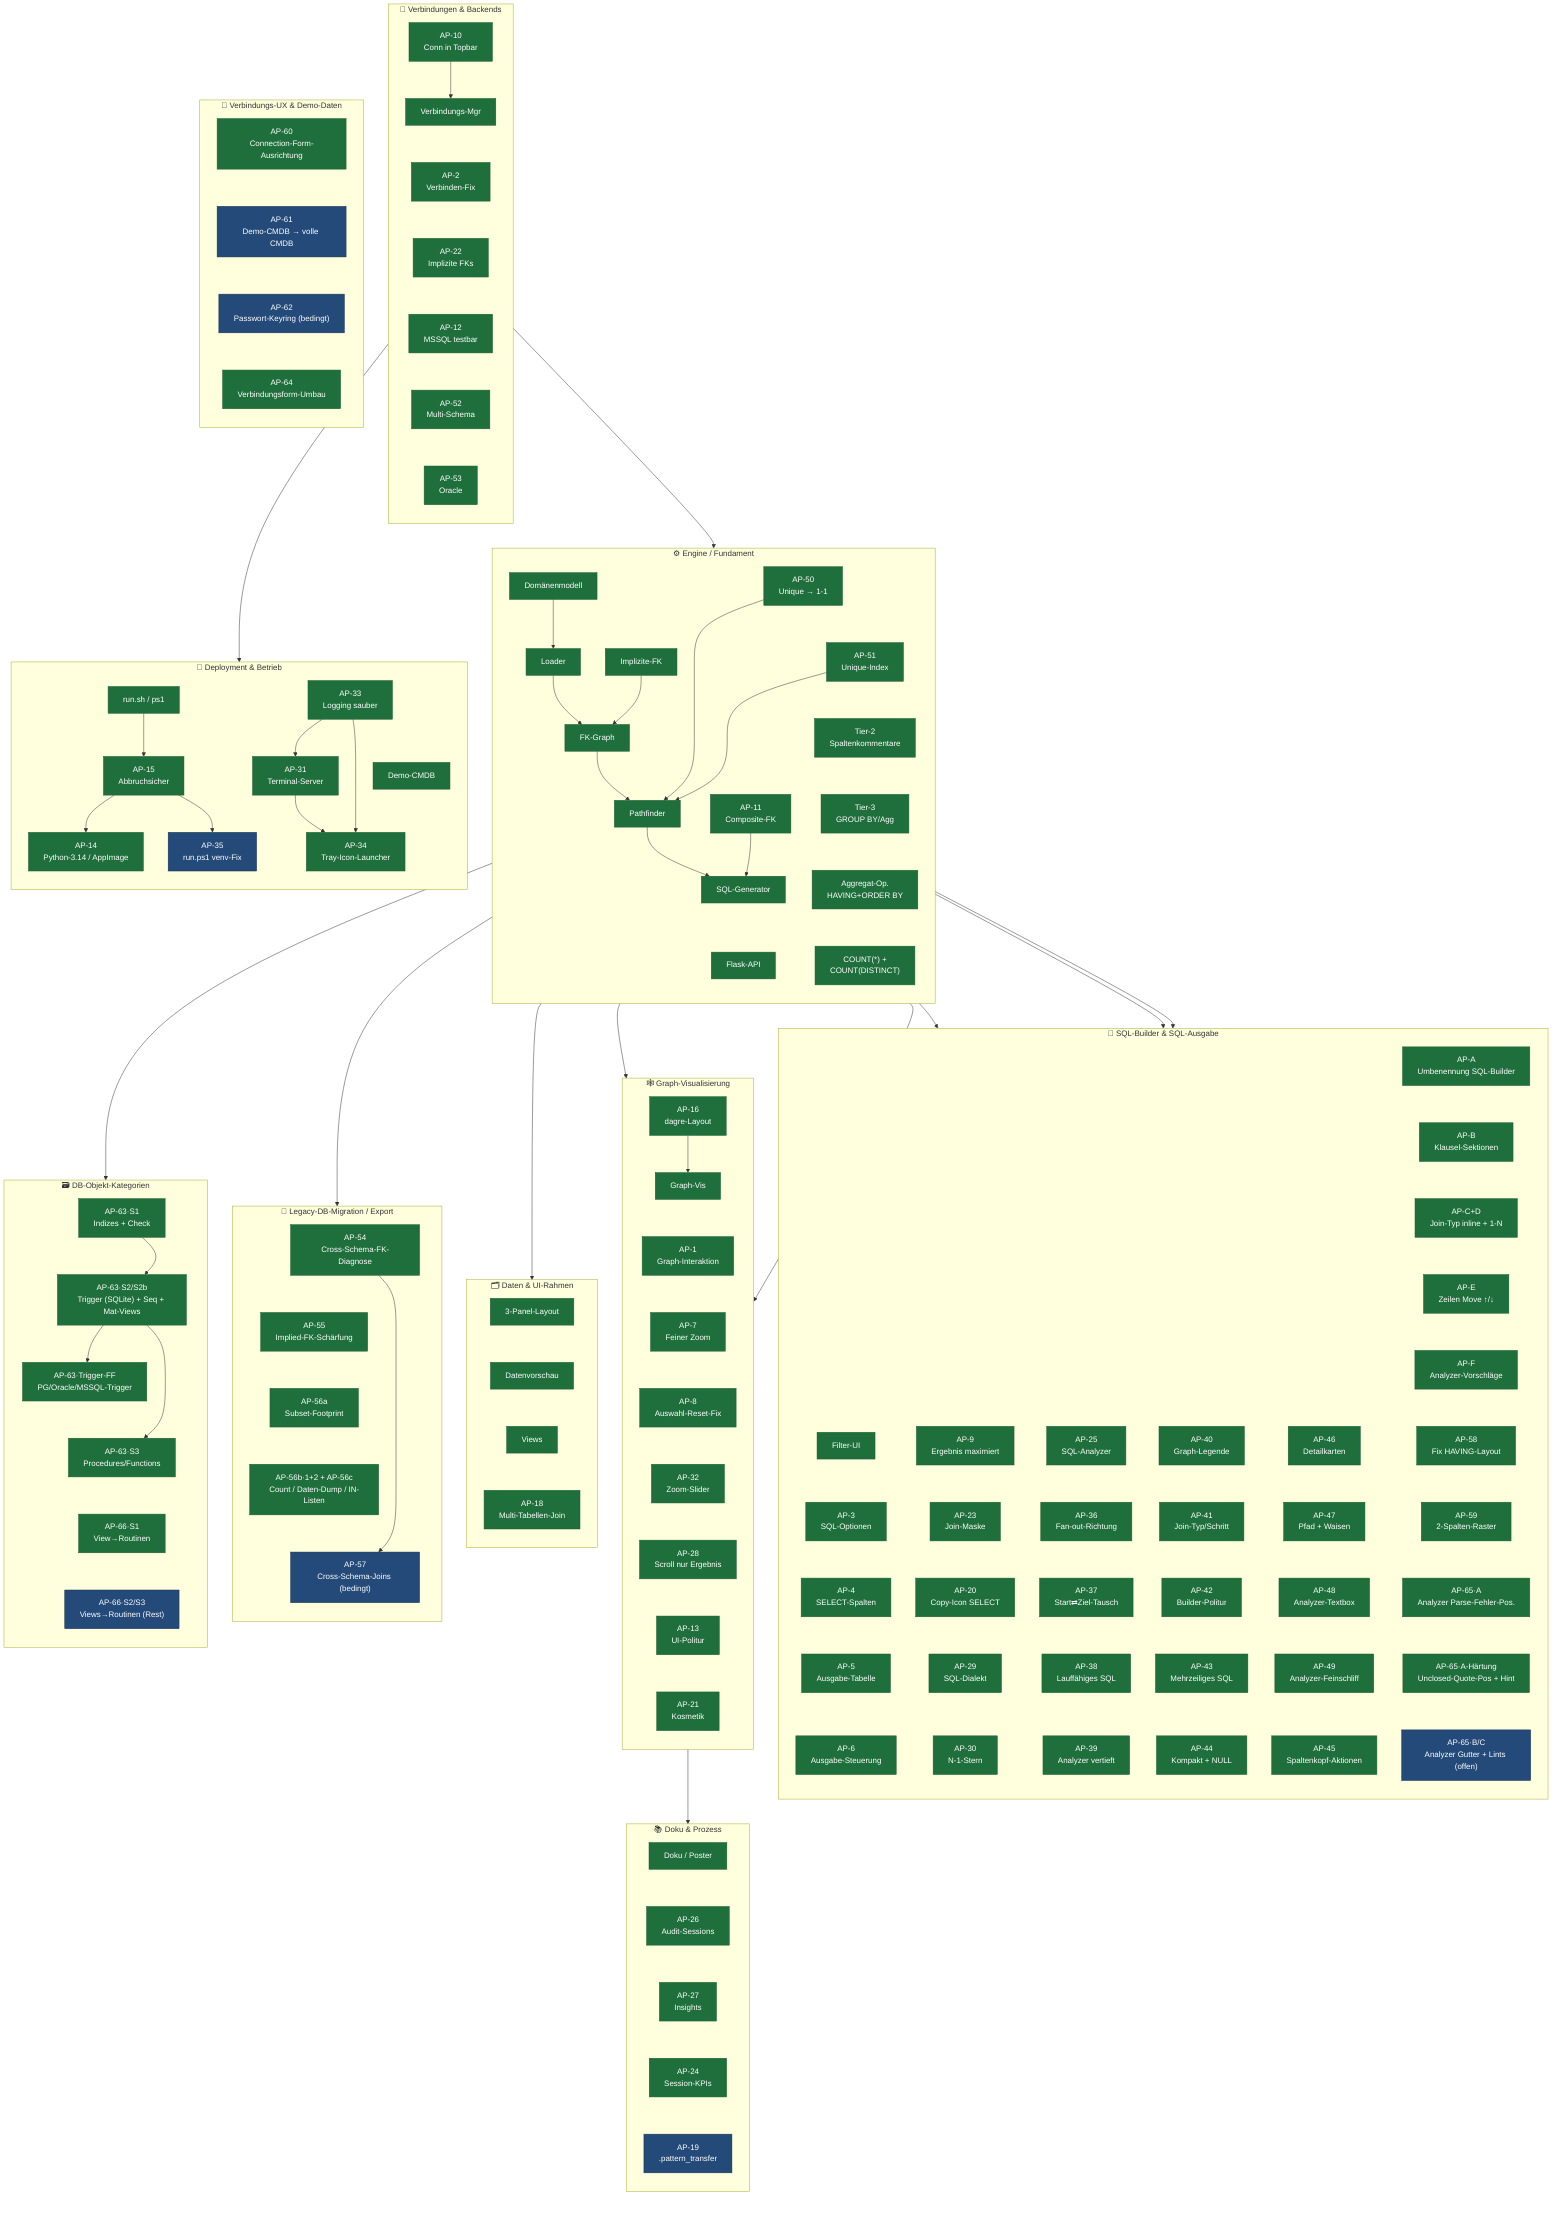
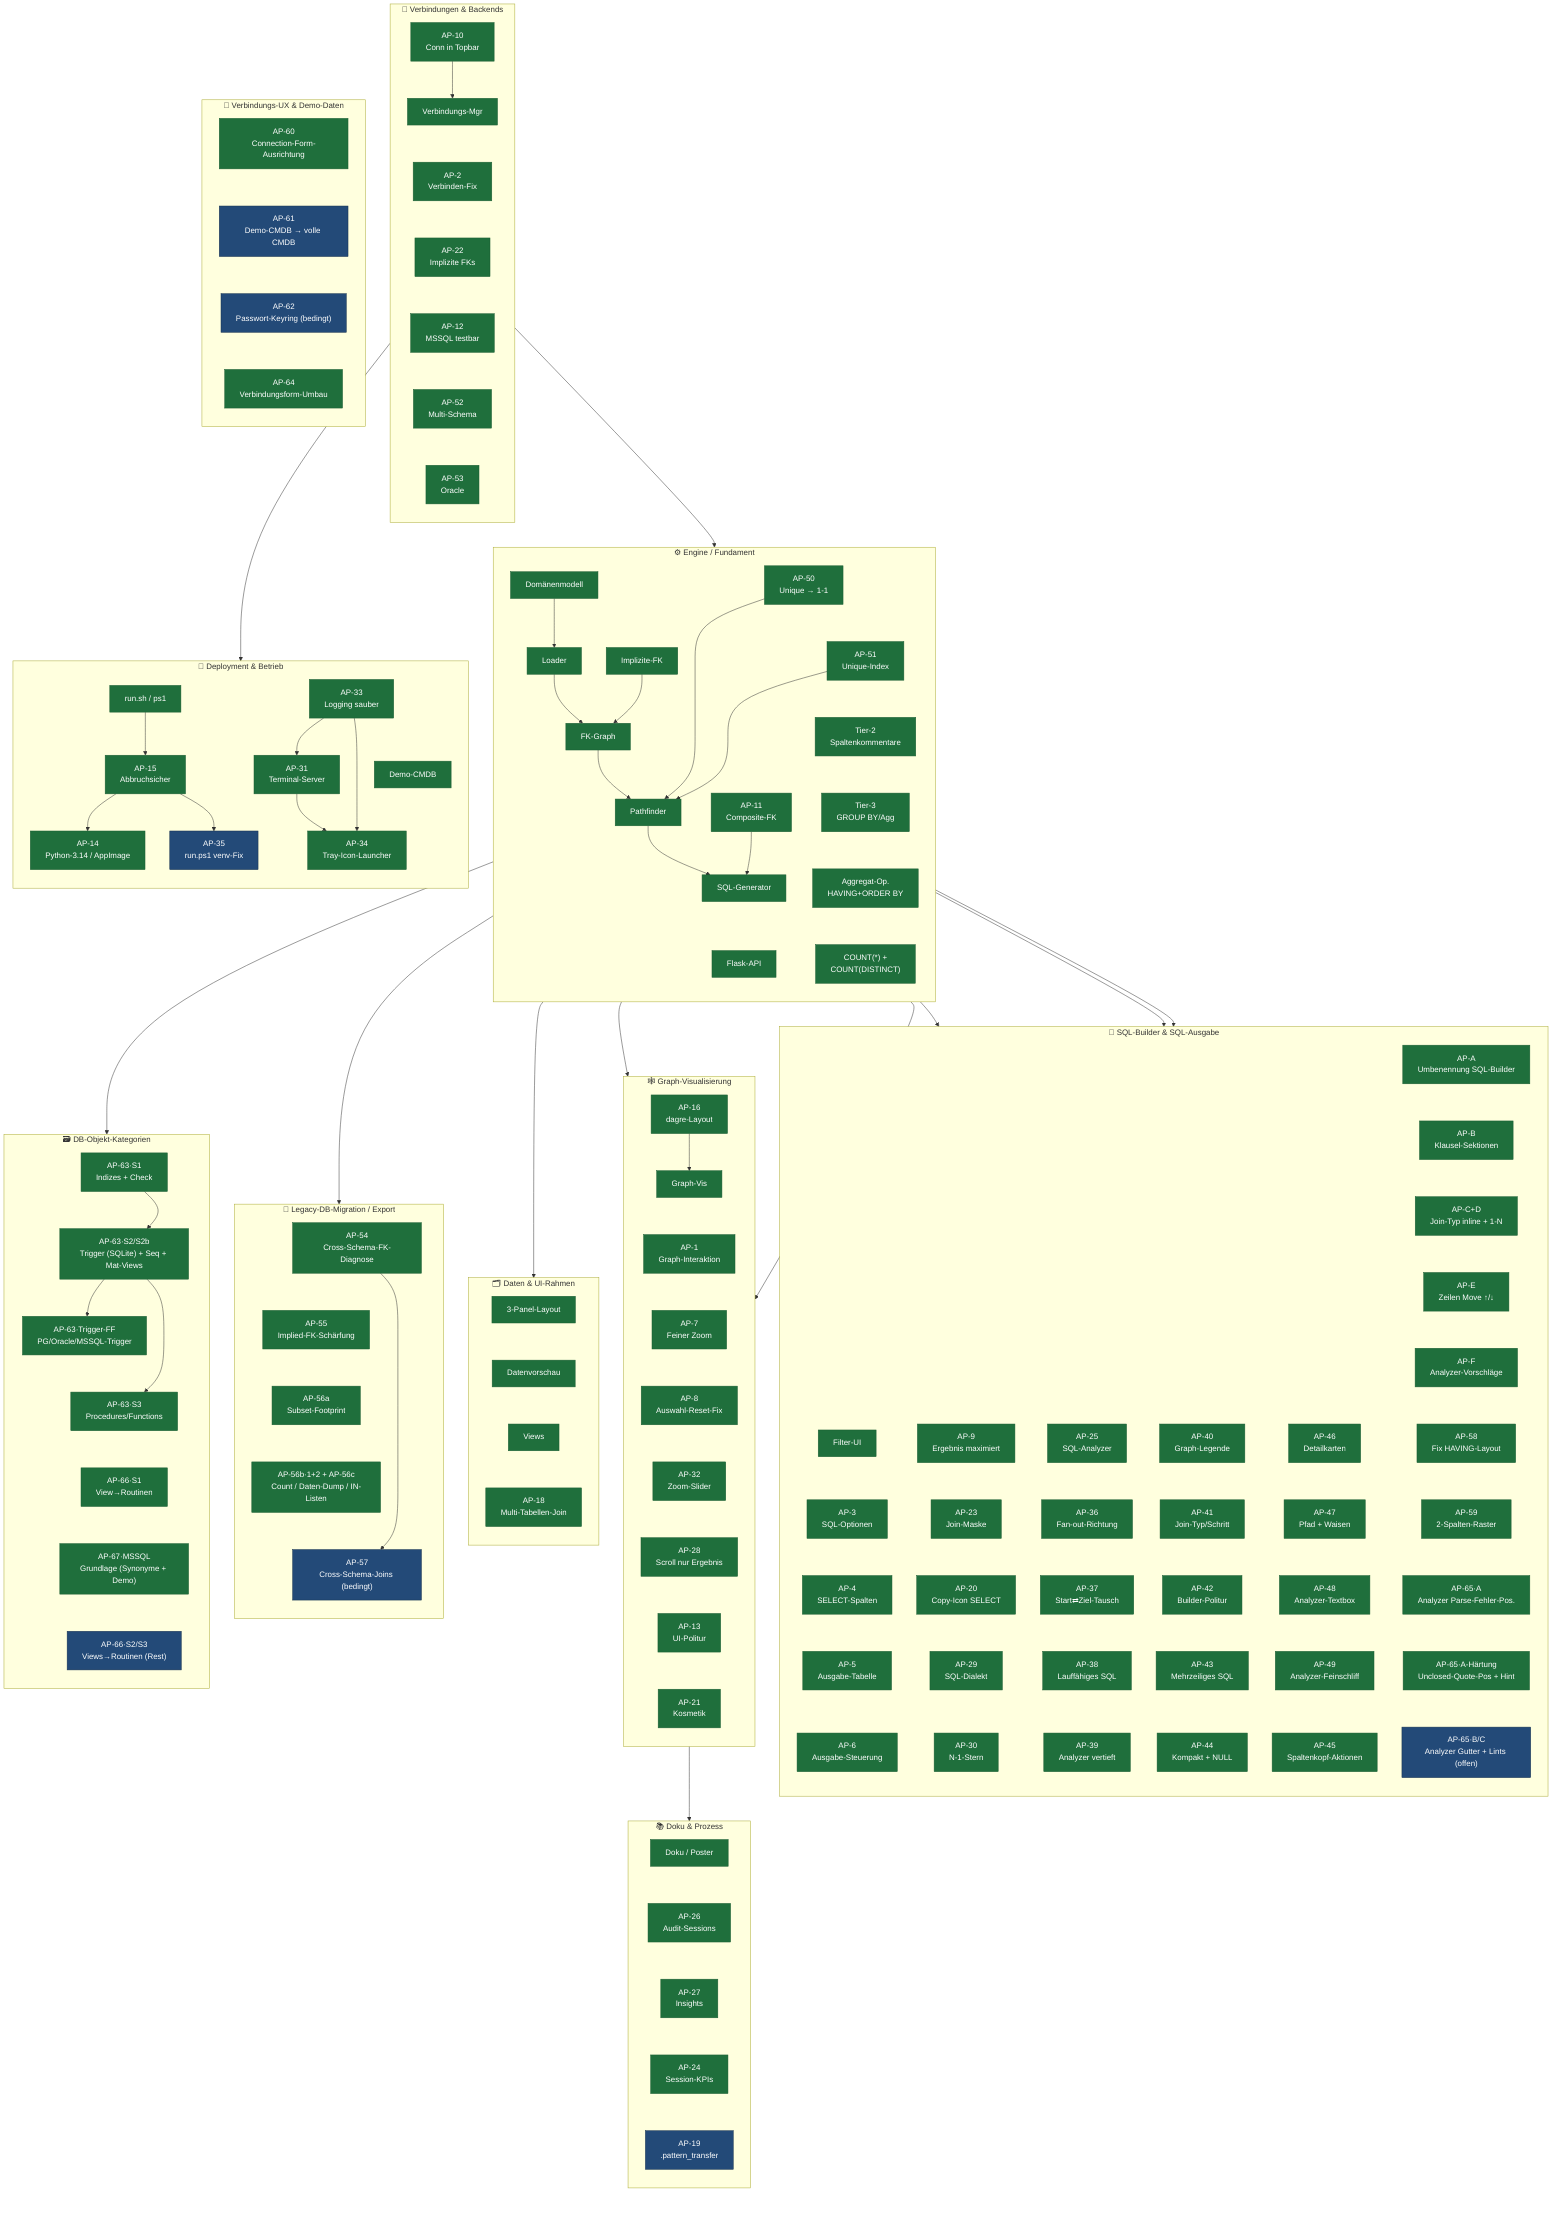
flowchart TB
    classDef done fill:#1f6f3c,color:#fff,stroke:#1a5c32,stroke-width:1px
    classDef plan fill:#234a78,color:#fff,stroke:#16314f,stroke-width:1px

    %% ── C1 · Engine / Fundament ──────────────────────────────────────────
    subgraph C1["⚙️  Engine / Fundament"]
        direction TB
        E1["Domänenmodell"]
        E2["Loader"]
        E3["FK-Graph"]
        E4["Pathfinder"]
        E5["SQL-Generator"]
        E6["Flask-API"]
        E7["AP-11\nComposite-FK"]
        E8["Implizite-FK"]
        E9["AP-50\nUnique → 1-1"]
        E10["AP-51\nUnique-Index"]
        E11["Tier-2\nSpaltenkommentare"]
        E12["Tier-3\nGROUP BY/Agg"]
        E13["Aggregat-Op.\nHAVING+ORDER BY"]
        E14["COUNT(*) +\nCOUNT(DISTINCT)"]
        E1 --> E2 --> E3 --> E4 --> E5
        E7 --> E5
        E8 --> E3
        E9 --> E4
        E10 --> E4
        E5 ~~~ E6
        E9 ~~~ E10
        E10 ~~~ E11
        E11 ~~~ E12
        E12 ~~~ E13
        E13 ~~~ E14
    end

    %% ── C2 · Verbindungen & Backends ─────────────────────────────────────
    subgraph C2["🔌  Verbindungen & Backends"]
        direction TB
        V1["Verbindungs-Mgr"]
        V2["AP-2\nVerbinden-Fix"]
        V3["AP-10\nConn in Topbar"]
        V4["AP-12\nMSSQL testbar"]
        V5["AP-22\nImplizite FKs"]
        V6["AP-52\nMulti-Schema"]
        V7["AP-53\nOracle"]
        V3 --> V1
        V1 ~~~ V2 ~~~ V5 ~~~ V4 ~~~ V6 ~~~ V7
    end

    %% ── C3 · SQL-Builder & SQL-Ausgabe ──────────────────────────────────
    subgraph C3["🧩  SQL-Builder & SQL-Ausgabe"]
        direction TB
        J1["Filter-UI"]
        J2["AP-3\nSQL-Optionen"]
        J3["AP-4\nSELECT-Spalten"]
        J4["AP-5\nAusgabe-Tabelle"]
        J5["AP-6\nAusgabe-Steuerung"]
        J6["AP-9\nErgebnis maximiert"]
        J7["AP-23\nJoin-Maske"]
        J8["AP-20\nCopy-Icon SELECT"]
        J9["AP-29\nSQL-Dialekt"]
        J10["AP-30\nN-1-Stern"]
        J11["AP-25\nSQL-Analyzer"]
        J12["AP-36\nFan-out-Richtung"]
        J13["AP-37\nStart⇄Ziel-Tausch"]
        J14["AP-38\nLauffähiges SQL"]
        J15["AP-39\nAnalyzer vertieft"]
        J16["AP-40\nGraph-Legende"]
        J17["AP-41\nJoin-Typ/Schritt"]
        J18["AP-42\nBuilder-Politur"]
        J19["AP-43\nMehrzeiliges SQL"]
        J20["AP-44\nKompakt + NULL"]
        J21["AP-46\nDetailkarten"]
        J22["AP-47\nPfad + Waisen"]
        J23["AP-48\nAnalyzer-Textbox"]
        J24["AP-49\nAnalyzer-Feinschliff"]
        J25["AP-45\nSpaltenkopf-Aktionen"]
        J26["AP-A\nUmbenennung SQL-Builder"]
        J27["AP-B\nKlausel-Sektionen"]
        J28["AP-C+D\nJoin-Typ inline + 1-N"]
        J29["AP-E\nZeilen Move ↑/↓"]
        J30["AP-F\nAnalyzer-Vorschläge"]
        J31["AP-58\nFix HAVING-Layout"]
        J32["AP-59\n2-Spalten-Raster"]
        J33["AP-65·A\nAnalyzer Parse-Fehler-Pos."]
        J35["AP-65·A-Härtung\nUnclosed-Quote-Pos + Hint"]
        J34["AP-65·B/C\nAnalyzer Gutter + Lints (offen)"]
        %% In 5 parallele Spalten gepackt (statt einer 25-Boxen-Säule) → kompaktes Gitter
        J1 ~~~ J2 ~~~ J3 ~~~ J4 ~~~ J5
        J6 ~~~ J7 ~~~ J8 ~~~ J9 ~~~ J10
        J11 ~~~ J12 ~~~ J13 ~~~ J14 ~~~ J15
        J16 ~~~ J17 ~~~ J18 ~~~ J19 ~~~ J20
        J21 ~~~ J22 ~~~ J23 ~~~ J24 ~~~ J25
        J26 ~~~ J27 ~~~ J28 ~~~ J29 ~~~ J30 ~~~ J31 ~~~ J32 ~~~ J33 ~~~ J35 ~~~ J34
    end

    %% ── C4 · Graph-Visualisierung ────────────────────────────────────────
    subgraph C4["🕸️  Graph-Visualisierung"]
        direction TB
        G1["Graph-Vis"]
        G2["AP-1\nGraph-Interaktion"]
        G3["AP-7\nFeiner Zoom"]
        G4["AP-8\nAuswahl-Reset-Fix"]
        G5["AP-16\ndagre-Layout"]
        G6["AP-32\nZoom-Slider"]
        G7["AP-28\nScroll nur Ergebnis"]
        G8["AP-13\nUI-Politur"]
        G9["AP-21\nKosmetik"]
        G5 --> G1
        G1 ~~~ G2 ~~~ G3 ~~~ G4 ~~~ G6 ~~~ G7 ~~~ G8 ~~~ G9
    end

    %% ── C5 · Daten & UI-Rahmen ───────────────────────────────────────────
    subgraph C5["🗂️  Daten & UI-Rahmen"]
        direction TB
        D1["3-Panel-Layout"]
        D2["Datenvorschau"]
        D3["Views"]
        D4["AP-18\nMulti-Tabellen-Join"]
        D1 ~~~ D2 ~~~ D3 ~~~ D4
    end

    %% ── C6 · Deployment & Betrieb ────────────────────────────────────────
    subgraph C6["🚀  Deployment & Betrieb"]
        direction TB
        B1["Demo-CMDB"]
        B2["run.sh / ps1"]
        B3["AP-15\nAbbruchsicher"]
        B4["AP-14\nPython-3.14 / AppImage"]
        B5["AP-35\nrun.ps1 venv-Fix"]
        B7["AP-31\nTerminal-Server"]
        B8["AP-33\nLogging sauber"]
        B9["AP-34\nTray-Icon-Launcher"]
        B2 --> B3
        B3 --> B4
        B3 --> B5
        B8 --> B7
        B7 --> B9
        B8 --> B9
        B1 ~~~ B9
    end

    %% ── C7 · Doku & Prozess ──────────────────────────────────────────────
    subgraph C7["📚  Doku & Prozess"]
        direction TB
        K1["Doku / Poster"]
        K2["AP-26\nAudit-Sessions"]
        K3["AP-27\nInsights"]
        K5["AP-24\nSession-KPIs"]
        K4["AP-19\n.pattern_transfer"]
        K1 ~~~ K2 ~~~ K3 ~~~ K5 ~~~ K4
    end

    %% ── C8 · Legacy-DB-Migration / Export (geplant) ──────────────────────
    subgraph C8["🧬  Legacy-DB-Migration / Export"]
        direction TB
        M1["AP-54\nCross-Schema-FK-Diagnose"]
        M2["AP-55\nImplied-FK-Schärfung"]
        M3["AP-56a\nSubset-Footprint"]
        M3b["AP-56b·1+2 + AP-56c\nCount / Daten-Dump / IN-Listen"]
        M4["AP-57\nCross-Schema-Joins (bedingt)"]
        M1 ~~~ M2 ~~~ M3 ~~~ M3b ~~~ M4
    end

    %% ── C9 · DB-Objekt-Kategorien (geplant) ──────────────────────────────
    subgraph C9["🗃️  DB-Objekt-Kategorien"]
        direction TB
        O1["AP-63·S1\nIndizes + Check"]
        O2["AP-63·S2/S2b\nTrigger (SQLite) + Seq + Mat-Views"]
        O2b["AP-63·Trigger-FF\nPG/Oracle/MSSQL-Trigger"]
        O3["AP-63·S3\nProcedures/Functions"]
        O4["AP-66·S1\nView→Routinen"]
+         O5["AP-67·MSSQL\nGrundlage (Synonyme + Demo)"]
        O4b["AP-66·S2/S3\nViews→Routinen (Rest)"]
-         O1 ~~~ O2 ~~~ O2b ~~~ O3 ~~~ O4 ~~~ O4b
+         O1 ~~~ O2 ~~~ O2b ~~~ O3 ~~~ O4 ~~~ O5 ~~~ O4b
    end

    %% ── C10 · Verbindungs-UX & Demo-Daten (geplant) ──────────────────────
    subgraph C10["🔧  Verbindungs-UX & Demo-Daten"]
        direction TB
        P1["AP-60\nConnection-Form-Ausrichtung"]
        P2["AP-61\nDemo-CMDB → volle CMDB"]
        P3["AP-62\nPasswort-Keyring (bedingt)"]
        P4["AP-64\nVerbindungsform-Umbau"]
        P1 ~~~ P2 ~~~ P3 ~~~ P4
    end

    %% ── Cluster-übergreifende Abhängigkeiten ─────────────────────────────
    V1 --> E2
    M1 --> M4
    E2 --> M1
    E2 --> O1
    O1 --> O2 --> O2b
    O2 --> O3
    E5 --> J1
    E5 --> J9
    E5 --> J11
    E4 --> G2
    E3 --> G1
    E6 --> D1
    V4 --> B7
    G5 --> K2

    class E1,E2,E3,E4,E5,E6,E7,E8,E9,E10,E11,E12,E13,E14 done
    class V1,V2,V3,V4,V5,V6,V7 done
    class J1,J2,J3,J4,J5,J6,J7,J8,J9,J10,J11,J12,J13,J14,J15,J16,J17,J18,J19,J20,J21,J22,J23,J24,J25,J26,J27,J28,J29,J30,J31,J32,J33,J35 done
    class G1,G2,G3,G4,G5,G6,G7,G8,G9 done
    class D1,D2,D3,D4 done
    class B1,B2,B3,B4,B7,B8,B9 done
    class B5 plan
    class K1,K2,K3,K5 done
    class K4 plan
    class M3,M3b done
    class M4 plan
    class M2 done
    class M1 done
-     class O1,O2,O2b,O3,O4 done
+     class O1,O2,O2b,O3,O4,O5 done
    class O4b plan
    class P2,P3 plan
    class P1,P4 done
    class J34 plan
